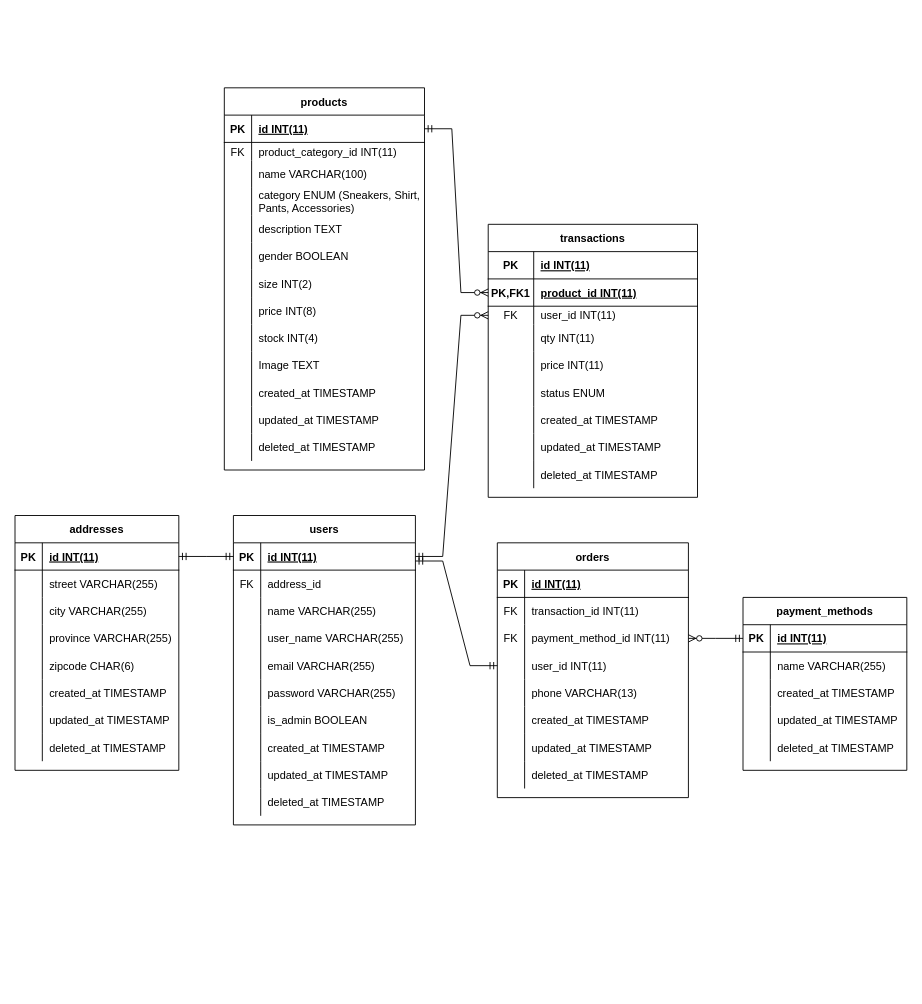
Above: ERD/ERD Olshop.drawio in e-commerce-group-1/BE (draw.io), before the change. Source tidied: cells renumbered, new cells numbered last; positions are measured from the earlier drawing's top-left corner, leaving out a move shared by most shapes. Both pictures are drawn from the tidied source at 91%, with x=0, y=0 at pixel (15, 87).
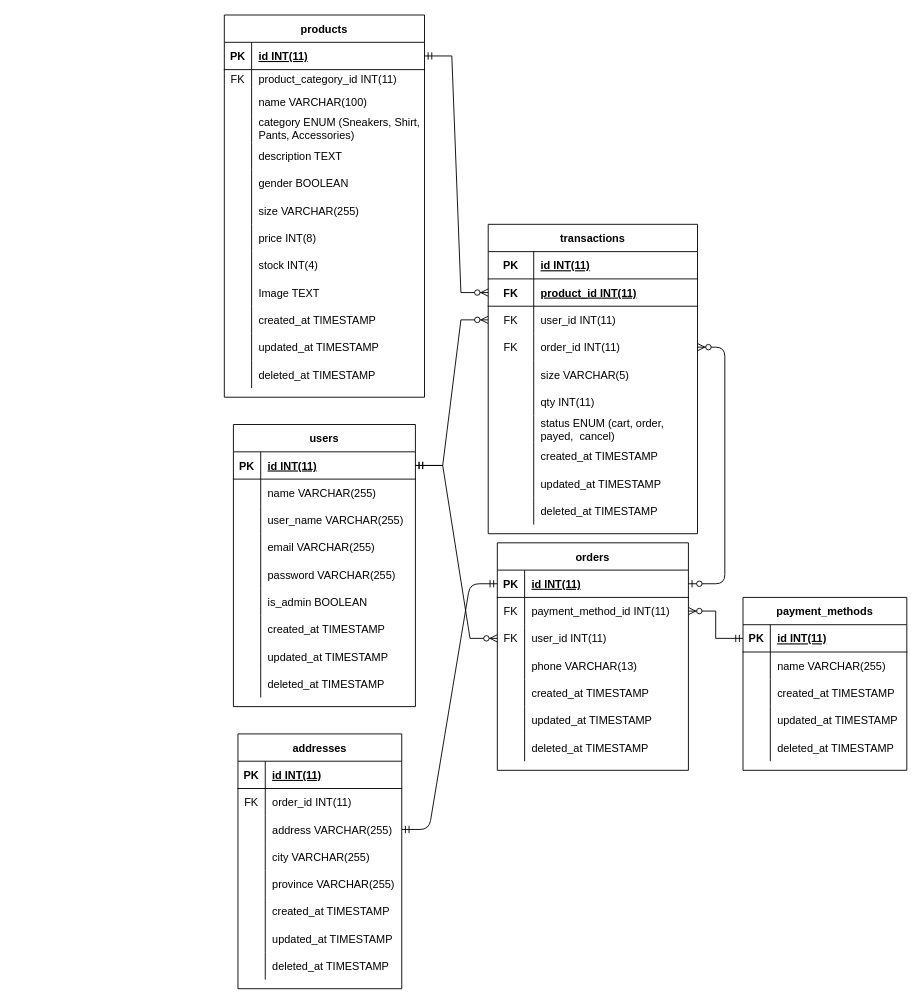
The same diagram, later.

The change refers to these unchanged cells:
```xml
<mxCell id="3" style="shape=tableRow;horizontal=0;startSize=0;swimlaneHead=0;swimlaneBody=0;fillColor=none;points=[[0,0.5],[1,0.5]];portConstraint=eastwest;top=0;left=0;right=0;bottom=1;" parent="2" vertex="1">
  <mxGeometry y="30" width="200" height="30" as="geometry" />
</mxCell>
<mxCell id="52" style="shape=tableRow;horizontal=0;startSize=0;swimlaneHead=0;swimlaneBody=0;fillColor=none;top=0;left=0;right=0;bottom=0;" parent="33" vertex="1">
  <mxGeometry y="200" width="220" height="30" as="geometry" />
</mxCell>
<mxCell id="93" style="shape=tableRow;horizontal=0;startSize=0;swimlaneHead=0;swimlaneBody=0;fillColor=none;points=[[0,0.5],[1,0.5]];portConstraint=eastwest;top=0;left=0;right=0;bottom=1;" parent="89" vertex="1">
  <mxGeometry y="60" width="230" height="30" as="geometry" />
</mxCell>
<mxCell id="146" style="shape=tableRow;horizontal=0;startSize=0;swimlaneHead=0;swimlaneBody=0;fillColor=none;points=[[0,0.5],[1,0.5]];portConstraint=eastwest;top=0;left=0;right=0;bottom=1;" parent="145" vertex="1">
  <mxGeometry y="30" width="210" height="30" as="geometry" />
</mxCell>
```

Diff of the diagram source:
```diff
@@
     <mxCell id="2" value="users" style="shape=table;startSize=30;childLayout=tableLayout;rowLines=0;fontStyle=1;align=center;" parent="1" vertex="1">
-      <mxGeometry x="240" y="470" width="200" height="340" as="geometry" />
+      <mxGeometry x="240" y="370" width="200" height="310" as="geometry" />
     </mxCell>
@@
-    <mxCell id="6" style="shape=tableRow;horizontal=0;startSize=0;swimlaneHead=0;swimlaneBody=0;fillColor=none;top=0;left=0;right=0;bottom=0;" parent="2" vertex="1">
-      <mxGeometry y="60" width="200" height="30" as="geometry" />
-    </mxCell>
-    <mxCell id="7" value="FK" style="shape=partialRectangle;fillColor=none;top=0;left=0;bottom=0;right=0;overflow=hidden;" parent="6" vertex="1">
-      <mxGeometry width="30" height="30" as="geometry" />
-    </mxCell>
-    <mxCell id="8" value="address_id" style="shape=partialRectangle;fillColor=none;top=0;left=0;bottom=0;right=0;align=left;spacingLeft=6;overflow=hidden;" parent="6" vertex="1">
-      <mxGeometry x="30" width="170" height="30" as="geometry" />
-    </mxCell>
     <mxCell id="9" style="shape=tableRow;horizontal=0;startSize=0;swimlaneHead=0;swimlaneBody=0;fillColor=none;top=0;left=0;right=0;bottom=0;" parent="2" vertex="1">
-      <mxGeometry y="90" width="200" height="30" as="geometry" />
+      <mxGeometry y="60" width="200" height="30" as="geometry" />
     </mxCell>
@@
     <mxCell id="12" style="shape=tableRow;horizontal=0;startSize=0;swimlaneHead=0;swimlaneBody=0;fillColor=none;top=0;left=0;right=0;bottom=0;" parent="2" vertex="1">
-      <mxGeometry y="120" width="200" height="30" as="geometry" />
+      <mxGeometry y="90" width="200" height="30" as="geometry" />
     </mxCell>
@@
     <mxCell id="15" style="shape=tableRow;horizontal=0;startSize=0;swimlaneHead=0;swimlaneBody=0;fillColor=none;top=0;left=0;right=0;bottom=0;" parent="2" vertex="1">
-      <mxGeometry y="150" width="200" height="30" as="geometry" />
+      <mxGeometry y="120" width="200" height="30" as="geometry" />
     </mxCell>
@@
     <mxCell id="18" style="shape=tableRow;horizontal=0;startSize=0;swimlaneHead=0;swimlaneBody=0;fillColor=none;top=0;left=0;right=0;bottom=0;" parent="2" vertex="1">
-      <mxGeometry y="180" width="200" height="30" as="geometry" />
+      <mxGeometry y="150" width="200" height="30" as="geometry" />
     </mxCell>
@@
     <mxCell id="21" style="shape=tableRow;horizontal=0;startSize=0;swimlaneHead=0;swimlaneBody=0;fillColor=none;top=0;left=0;right=0;bottom=0;" parent="2" vertex="1">
-      <mxGeometry y="210" width="200" height="30" as="geometry" />
+      <mxGeometry y="180" width="200" height="30" as="geometry" />
     </mxCell>
@@
     <mxCell id="24" style="shape=tableRow;horizontal=0;startSize=0;swimlaneHead=0;swimlaneBody=0;fillColor=none;top=0;left=0;right=0;bottom=0;" parent="2" vertex="1">
-      <mxGeometry y="240" width="200" height="30" as="geometry" />
+      <mxGeometry y="210" width="200" height="30" as="geometry" />
     </mxCell>
@@
     <mxCell id="27" style="shape=tableRow;horizontal=0;startSize=0;swimlaneHead=0;swimlaneBody=0;fillColor=none;top=0;left=0;right=0;bottom=0;" parent="2" vertex="1">
-      <mxGeometry y="270" width="200" height="30" as="geometry" />
+      <mxGeometry y="240" width="200" height="30" as="geometry" />
     </mxCell>
@@
     <mxCell id="30" style="shape=tableRow;horizontal=0;startSize=0;swimlaneHead=0;swimlaneBody=0;fillColor=none;top=0;left=0;right=0;bottom=0;" parent="2" vertex="1">
-      <mxGeometry y="300" width="200" height="30" as="geometry" />
+      <mxGeometry y="270" width="200" height="30" as="geometry" />
     </mxCell>
@@
     <mxCell id="33" value="products" style="shape=table;startSize=30;childLayout=tableLayout;rowLines=0;fontStyle=1;align=center;" parent="1" vertex="1">
-      <mxGeometry x="230" width="220" height="420" as="geometry" />
+      <mxGeometry x="230" y="-80" width="220" height="420" as="geometry" />
     </mxCell>
@@
-    <mxCell id="54" value="size INT(2)" style="shape=partialRectangle;fillColor=none;top=0;left=0;bottom=0;right=0;align=left;spacingLeft=6;overflow=hidden;" parent="52" vertex="1">
+    <mxCell id="54" value="size VARCHAR(255)" style="shape=partialRectangle;fillColor=none;top=0;left=0;bottom=0;right=0;align=left;spacingLeft=6;overflow=hidden;" parent="52" vertex="1">
       <mxGeometry x="30" width="190" height="30" as="geometry" />
     </mxCell>
@@
     <mxCell id="89" value="transactions" style="shape=table;startSize=30;childLayout=tableLayout;rowLines=0;fontStyle=1;align=center;" parent="1" vertex="1">
-      <mxGeometry x="520" y="150" width="230" height="300" as="geometry" />
+      <mxGeometry x="520" y="150" width="230" height="340" as="geometry" />
     </mxCell>
@@
-    <mxCell id="94" value="PK,FK1" style="shape=partialRectangle;fillColor=none;top=0;left=0;bottom=0;right=0;fontStyle=1;overflow=hidden;" parent="93" vertex="1">
+    <mxCell id="94" value="FK" style="shape=partialRectangle;fillColor=none;top=0;left=0;bottom=0;right=0;fontStyle=1;overflow=hidden;" parent="93" vertex="1">
       <mxGeometry width="50" height="30" as="geometry" />
     </mxCell>
@@
     <mxCell id="96" style="shape=tableRow;horizontal=0;startSize=0;swimlaneHead=0;swimlaneBody=0;fillColor=none;points=[[0,0.5],[1,0.5]];portConstraint=eastwest;top=0;left=0;right=0;bottom=0;" parent="89" vertex="1">
-      <mxGeometry y="90" width="230" height="20" as="geometry" />
+      <mxGeometry y="90" width="230" height="30" as="geometry" />
     </mxCell>
     <mxCell id="97" value="FK" style="shape=partialRectangle;fillColor=none;top=0;left=0;bottom=0;right=0;fontStyle=0;overflow=hidden;" parent="96" vertex="1">
-      <mxGeometry width="50" height="20" as="geometry" />
+      <mxGeometry width="50" height="30" as="geometry" />
     </mxCell>
     <mxCell id="98" value="user_id INT(11)" style="shape=partialRectangle;fillColor=none;top=0;left=0;bottom=0;right=0;align=left;spacingLeft=6;fontStyle=0;overflow=hidden;" parent="96" vertex="1">
-      <mxGeometry x="50" width="180" height="20" as="geometry" />
+      <mxGeometry x="50" width="180" height="30" as="geometry" />
     </mxCell>
+    <mxCell id="172" style="shape=tableRow;horizontal=0;startSize=0;swimlaneHead=0;swimlaneBody=0;fillColor=none;points=[[0,0.5],[1,0.5]];portConstraint=eastwest;top=0;left=0;right=0;bottom=0;" parent="89" vertex="1">
+      <mxGeometry y="120" width="230" height="30" as="geometry" />
+    </mxCell>
+    <mxCell id="173" value="FK" style="shape=partialRectangle;fillColor=none;top=0;left=0;bottom=0;right=0;fontStyle=0;overflow=hidden;" parent="172" vertex="1">
+      <mxGeometry width="50" height="30" as="geometry" />
+    </mxCell>
+    <mxCell id="174" value="order_id INT(11)" style="shape=partialRectangle;fillColor=none;top=0;left=0;bottom=0;right=0;align=left;spacingLeft=6;fontStyle=0;overflow=hidden;" parent="172" vertex="1">
+      <mxGeometry x="50" width="180" height="30" as="geometry" />
+    </mxCell>
+    <mxCell id="175" style="shape=tableRow;horizontal=0;startSize=0;swimlaneHead=0;swimlaneBody=0;fillColor=none;top=0;left=0;right=0;bottom=0;" parent="89" vertex="1">
+      <mxGeometry y="150" width="230" height="30" as="geometry" />
+    </mxCell>
+    <mxCell id="103" style="shape=partialRectangle;fillColor=none;top=0;left=0;bottom=0;right=0;overflow=hidden;" parent="175" vertex="1">
+      <mxGeometry width="50" height="30" as="geometry" />
+    </mxCell>
+    <mxCell id="176" value="size VARCHAR(5)" style="shape=partialRectangle;fillColor=none;top=0;left=0;bottom=0;right=0;align=left;spacingLeft=6;overflow=hidden;" parent="175" vertex="1">
+      <mxGeometry x="50" width="180" height="30" as="geometry" />
+    </mxCell>
     <mxCell id="99" style="shape=tableRow;horizontal=0;startSize=0;swimlaneHead=0;swimlaneBody=0;fillColor=none;top=0;left=0;right=0;bottom=0;" parent="89" vertex="1">
-      <mxGeometry y="110" width="230" height="30" as="geometry" />
+      <mxGeometry y="180" width="230" height="30" as="geometry" />
     </mxCell>
@@
-    <mxCell id="102" style="shape=tableRow;horizontal=0;startSize=0;swimlaneHead=0;swimlaneBody=0;fillColor=none;top=0;left=0;right=0;bottom=0;" parent="89" vertex="1">
-      <mxGeometry y="140" width="230" height="30" as="geometry" />
-    </mxCell>
-    <mxCell id="103" style="shape=partialRectangle;fillColor=none;top=0;left=0;bottom=0;right=0;overflow=hidden;" parent="102" vertex="1">
-      <mxGeometry width="50" height="30" as="geometry" />
-    </mxCell>
-    <mxCell id="104" value="price INT(11)" style="shape=partialRectangle;fillColor=none;top=0;left=0;bottom=0;right=0;align=left;spacingLeft=6;overflow=hidden;" parent="102" vertex="1">
-      <mxGeometry x="50" width="180" height="30" as="geometry" />
-    </mxCell>
     <mxCell id="105" style="shape=tableRow;horizontal=0;startSize=0;swimlaneHead=0;swimlaneBody=0;fillColor=none;top=0;left=0;right=0;bottom=0;" parent="89" vertex="1">
-      <mxGeometry y="170" width="230" height="30" as="geometry" />
+      <mxGeometry y="210" width="230" height="30" as="geometry" />
     </mxCell>
@@
-    <mxCell id="107" value="status ENUM" style="shape=partialRectangle;fillColor=none;top=0;left=0;bottom=0;right=0;align=left;spacingLeft=6;overflow=hidden;" parent="105" vertex="1">
+    <mxCell id="107" value="status ENUM (cart, order,&#10;payed,  cancel)" style="shape=partialRectangle;fillColor=none;top=0;left=0;bottom=0;right=0;align=left;spacingLeft=6;overflow=hidden;" parent="105" vertex="1">
       <mxGeometry x="50" width="180" height="30" as="geometry" />
     </mxCell>
     <mxCell id="108" style="shape=tableRow;horizontal=0;startSize=0;swimlaneHead=0;swimlaneBody=0;fillColor=none;top=0;left=0;right=0;bottom=0;" parent="89" vertex="1">
-      <mxGeometry y="200" width="230" height="30" as="geometry" />
+      <mxGeometry y="240" width="230" height="30" as="geometry" />
     </mxCell>
@@
     <mxCell id="111" style="shape=tableRow;horizontal=0;startSize=0;swimlaneHead=0;swimlaneBody=0;fillColor=none;top=0;left=0;right=0;bottom=0;" parent="89" vertex="1">
-      <mxGeometry y="230" width="230" height="30" as="geometry" />
+      <mxGeometry y="270" width="230" height="30" as="geometry" />
     </mxCell>
@@
     <mxCell id="114" style="shape=tableRow;horizontal=0;startSize=0;swimlaneHead=0;swimlaneBody=0;fillColor=none;top=0;left=0;right=0;bottom=0;" parent="89" vertex="1">
-      <mxGeometry y="260" width="230" height="30" as="geometry" />
+      <mxGeometry y="300" width="230" height="30" as="geometry" />
     </mxCell>
@@
     <mxCell id="119" value="addresses" style="shape=table;startSize=30;childLayout=tableLayout;rowLines=0;fontStyle=1;align=center;" parent="1" vertex="1">
-      <mxGeometry y="470" width="180" height="280" as="geometry" />
+      <mxGeometry x="245" y="710" width="180" height="280" as="geometry" />
     </mxCell>
@@
+    <mxCell id="177" style="shape=partialRectangle;fillColor=none;top=0;left=0;bottom=0;right=0;" parent="119" vertex="1">
+      <mxGeometry y="60" width="180" height="30" as="geometry" />
+    </mxCell>
+    <mxCell id="178" value="FK" style="shape=partialRectangle;fillColor=none;top=0;left=0;bottom=0;right=0;fontStyle=0;overflow=hidden;" parent="177" vertex="1">
+      <mxGeometry width="30" height="30" as="geometry" />
+    </mxCell>
+    <mxCell id="179" value="order_id INT(11)" style="shape=partialRectangle;fillColor=none;top=0;left=0;bottom=0;right=0;align=left;spacingLeft=6;fontStyle=0;overflow=hidden;" parent="177" vertex="1">
+      <mxGeometry x="30" width="150" height="30" as="geometry" />
+    </mxCell>
     <mxCell id="123" style="shape=tableRow;horizontal=0;startSize=0;swimlaneHead=0;swimlaneBody=0;fillColor=none;points=[[0,0.5],[1,0.5]];portConstraint=eastwest;top=0;left=0;right=0;bottom=0;" parent="119" vertex="1">
-      <mxGeometry y="60" width="180" height="30" as="geometry" />
+      <mxGeometry y="90" width="180" height="30" as="geometry" />
     </mxCell>
@@
-    <mxCell id="125" value="street VARCHAR(255)" style="shape=partialRectangle;fillColor=none;top=0;left=0;bottom=0;right=0;align=left;spacingLeft=6;overflow=hidden;" parent="123" vertex="1">
+    <mxCell id="125" value="address VARCHAR(255)" style="shape=partialRectangle;fillColor=none;top=0;left=0;bottom=0;right=0;align=left;spacingLeft=6;overflow=hidden;" parent="123" vertex="1">
       <mxGeometry x="30" width="150" height="30" as="geometry" />
     </mxCell>
     <mxCell id="126" style="shape=tableRow;horizontal=0;startSize=0;swimlaneHead=0;swimlaneBody=0;fillColor=none;top=0;left=0;right=0;bottom=0;" parent="119" vertex="1">
-      <mxGeometry y="90" width="180" height="30" as="geometry" />
+      <mxGeometry y="120" width="180" height="30" as="geometry" />
     </mxCell>
@@
     <mxCell id="129" style="shape=tableRow;horizontal=0;startSize=0;swimlaneHead=0;swimlaneBody=0;fillColor=none;top=0;left=0;right=0;bottom=0;" parent="119" vertex="1">
-      <mxGeometry y="120" width="180" height="30" as="geometry" />
+      <mxGeometry y="150" width="180" height="30" as="geometry" />
     </mxCell>
@@
-    <mxCell id="132" style="shape=tableRow;horizontal=0;startSize=0;swimlaneHead=0;swimlaneBody=0;fillColor=none;top=0;left=0;right=0;bottom=0;" parent="119" vertex="1">
-      <mxGeometry y="150" width="180" height="30" as="geometry" />
-    </mxCell>
-    <mxCell id="133" style="shape=partialRectangle;fillColor=none;top=0;left=0;bottom=0;right=0;overflow=hidden;" parent="132" vertex="1">
-      <mxGeometry width="30" height="30" as="geometry" />
-    </mxCell>
-    <mxCell id="134" value="zipcode CHAR(6)" style="shape=partialRectangle;fillColor=none;top=0;left=0;bottom=0;right=0;align=left;spacingLeft=6;overflow=hidden;" parent="132" vertex="1">
-      <mxGeometry x="30" width="150" height="30" as="geometry" />
-    </mxCell>
@@
-    <mxCell id="144" style="edgeStyle=entityRelationEdgeStyle;fontSize=12;html=1;endArrow=ERmandOne;startArrow=ERmandOne;rounded=0;entryX=0;entryY=0.5;entryDx=0;entryDy=0;" parent="1" edge="1" target="3">
-      <mxGeometry relative="1" as="geometry">
-        <mxPoint x="180" y="515" as="sourcePoint" />
-      </mxGeometry>
-    </mxCell>
     <mxCell id="145" value="orders" style="shape=table;startSize=30;childLayout=tableLayout;rowLines=0;fontStyle=1;align=center;" parent="1" vertex="1">
-      <mxGeometry x="530" y="500" width="210" height="280" as="geometry" />
+      <mxGeometry x="530" y="500" width="210" height="250" as="geometry" />
     </mxCell>
@@
-    <mxCell id="149" style="shape=tableRow;horizontal=0;startSize=0;swimlaneHead=0;swimlaneBody=0;fillColor=none;top=0;left=0;right=0;bottom=0;" parent="145" vertex="1">
-      <mxGeometry y="60" width="210" height="30" as="geometry" />
-    </mxCell>
-    <mxCell id="150" value="FK" style="shape=partialRectangle;fillColor=none;top=0;left=0;bottom=0;right=0;overflow=hidden;" parent="149" vertex="1">
-      <mxGeometry width="30" height="30" as="geometry" />
-    </mxCell>
-    <mxCell id="151" value="transaction_id INT(11)" style="shape=partialRectangle;fillColor=none;top=0;left=0;bottom=0;right=0;align=left;spacingLeft=6;overflow=hidden;" parent="149" vertex="1">
-      <mxGeometry x="30" width="180" height="30" as="geometry" />
-    </mxCell>
     <mxCell id="152" style="shape=tableRow;horizontal=0;startSize=0;swimlaneHead=0;swimlaneBody=0;fillColor=none;points=[[0,0.5],[1,0.5]];portConstraint=eastwest;top=0;left=0;right=0;bottom=0;" parent="145" vertex="1">
-      <mxGeometry y="90" width="210" height="30" as="geometry" />
+      <mxGeometry y="60" width="210" height="30" as="geometry" />
     </mxCell>
@@
-    <mxCell id="155" style="shape=tableRow;horizontal=0;startSize=0;swimlaneHead=0;swimlaneBody=0;fillColor=none;points=[[0,0.5],[1,0.5]];portConstraint=eastwest;top=0;left=0;right=0;bottom=0;" parent="145" vertex="1">
-      <mxGeometry y="120" width="210" height="30" as="geometry" />
-    </mxCell>
-    <mxCell id="156" style="shape=partialRectangle;fillColor=none;top=0;left=0;bottom=0;right=0;overflow=hidden;" parent="155" vertex="1">
-      <mxGeometry width="30" height="30" as="geometry" />
-    </mxCell>
+    <mxCell id="180" style="shape=tableRow;horizontal=0;startSize=0;swimlaneHead=0;swimlaneBody=0;fillColor=none;points=[[0,0.5],[1,0.5]];portConstraint=eastwest;top=0;left=0;right=0;bottom=0;" parent="145" vertex="1">
+      <mxGeometry y="90" width="210" height="30" as="geometry" />
+    </mxCell>
+    <mxCell id="181" value="FK" style="shape=partialRectangle;fillColor=none;top=0;left=0;bottom=0;right=0;overflow=hidden;" parent="180" vertex="1">
+      <mxGeometry width="30" height="30" as="geometry" />
+    </mxCell>
-    <mxCell id="157" value="user_id INT(11)" style="shape=partialRectangle;fillColor=none;top=0;left=0;bottom=0;right=0;align=left;spacingLeft=6;overflow=hidden;" parent="155" vertex="1">
+    <mxCell id="157" value="user_id INT(11)" style="shape=partialRectangle;fillColor=none;top=0;left=0;bottom=0;right=0;align=left;spacingLeft=6;overflow=hidden;" parent="180" vertex="1">
       <mxGeometry x="30" width="180" height="30" as="geometry" />
     </mxCell>
     <mxCell id="158" style="shape=tableRow;horizontal=0;startSize=0;swimlaneHead=0;swimlaneBody=0;fillColor=none;top=0;left=0;right=0;bottom=0;" parent="145" vertex="1">
-      <mxGeometry y="150" width="210" height="30" as="geometry" />
+      <mxGeometry y="120" width="210" height="30" as="geometry" />
     </mxCell>
@@
     <mxCell id="161" style="shape=tableRow;horizontal=0;startSize=0;swimlaneHead=0;swimlaneBody=0;fillColor=none;top=0;left=0;right=0;bottom=0;" parent="145" vertex="1">
-      <mxGeometry y="180" width="210" height="30" as="geometry" />
+      <mxGeometry y="150" width="210" height="30" as="geometry" />
     </mxCell>
@@
     <mxCell id="164" style="shape=tableRow;horizontal=0;startSize=0;swimlaneHead=0;swimlaneBody=0;fillColor=none;top=0;left=0;right=0;bottom=0;" parent="145" vertex="1">
-      <mxGeometry y="210" width="210" height="30" as="geometry" />
+      <mxGeometry y="180" width="210" height="30" as="geometry" />
     </mxCell>
@@
     <mxCell id="167" style="shape=tableRow;horizontal=0;startSize=0;swimlaneHead=0;swimlaneBody=0;fillColor=none;top=0;left=0;right=0;bottom=0;" parent="145" vertex="1">
-      <mxGeometry y="240" width="210" height="30" as="geometry" />
+      <mxGeometry y="210" width="210" height="30" as="geometry" />
     </mxCell>
@@
-    <mxCell id="171" style="edgeStyle=entityRelationEdgeStyle;fontSize=12;html=1;endArrow=ERmandOne;startArrow=ERmandOne;rounded=0;entryX=0;entryY=0.5;entryDx=0;entryDy=0;" parent="1" edge="1" target="155">
-      <mxGeometry relative="1" as="geometry">
-        <mxPoint x="440" y="520" as="sourcePoint" />
-      </mxGeometry>
-    </mxCell>
+    <mxCell id="182" style="edgeStyle=entityRelationEdgeStyle;fontSize=12;html=1;endArrow=ERmandOne;startArrow=ERmandOne;exitX=1;exitY=0.5;exitDx=0;exitDy=0;entryX=0;entryY=0.5;entryDx=0;entryDy=0;" parent="1" edge="1" source="123" target="146">
+      <mxGeometry relative="1" as="geometry" />
+    </mxCell>
+    <mxCell id="183" style="edgeStyle=entityRelationEdgeStyle;fontSize=12;html=1;endArrow=ERzeroToMany;startArrow=ERmandOne;rounded=0;entryX=0;entryY=0.5;entryDx=0;entryDy=0;exitX=1;exitY=0.5;exitDx=0;exitDy=0;" parent="1" edge="1" target="180">
+      <mxGeometry relative="1" as="geometry">
+        <mxPoint x="440" y="415" as="sourcePoint" />
+      </mxGeometry>
+    </mxCell>
+    <mxCell id="184" style="edgeStyle=entityRelationEdgeStyle;fontSize=12;html=1;endArrow=ERzeroToMany;startArrow=ERzeroToOne;" parent="1" edge="1" source="146" target="172">
+      <mxGeometry relative="1" as="geometry" />
+    </mxCell>
```
